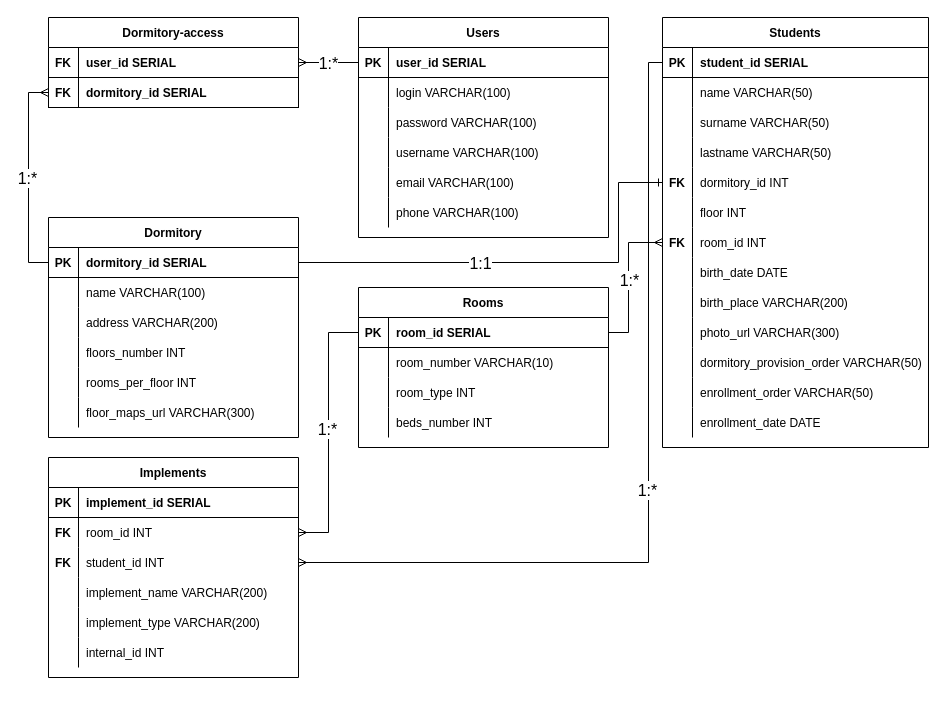
Earlier version of the draw.io diagram Dormitory_erd.drawio (vedrent/dormitory-tracker). Source tidied: cells renumbered, new cells numbered last; positions are measured from the earlier drawing's top-left corner, leaving out a move shared by most shapes. Both pictures are drawn from the tidied source at 100%, with x=0, y=0 at pixel (48, 17).
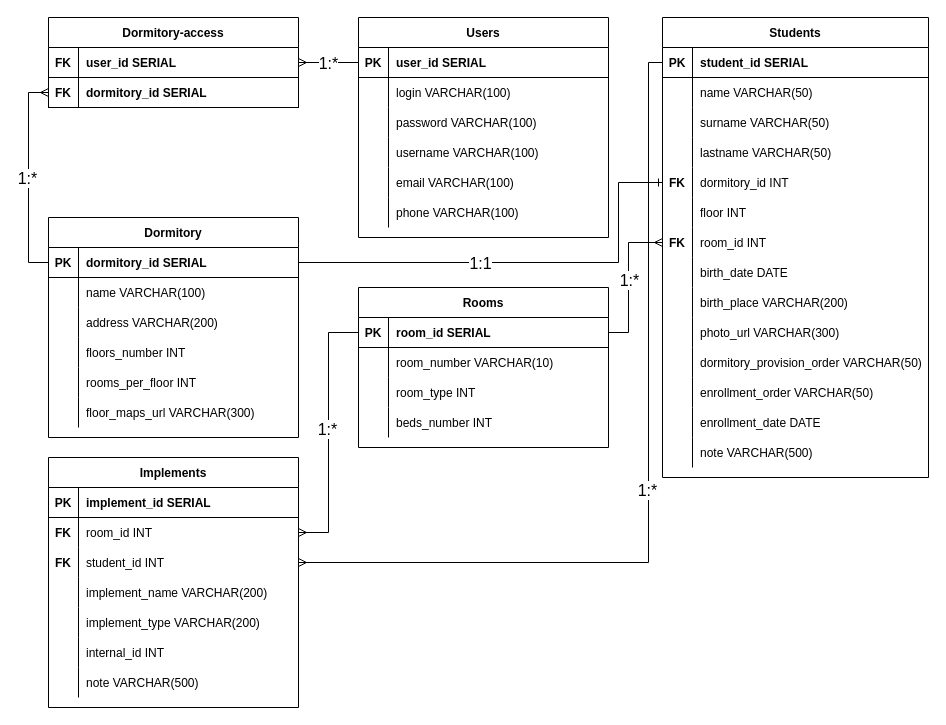
The same page after the edit.

The edit, as a diff of the source:
```diff
@@
     <mxCell id="2" value="Students" style="shape=table;startSize=30;childLayout=tableLayout;rowLines=0;fontStyle=1;align=center;" parent="1" vertex="1">
-      <mxGeometry x="614" width="266" height="430" as="geometry" />
+      <mxGeometry x="614" width="266" height="460" as="geometry" />
     </mxCell>
@@
+    <mxCell id="131" style="shape=partialRectangle;fillColor=none;top=0;left=0;right=0;bottom=0;" parent="2" vertex="1">
+      <mxGeometry y="420" width="266" height="30" as="geometry" />
+    </mxCell>
+    <mxCell id="132" style="shape=partialRectangle;overflow=hidden;fillColor=none;top=0;left=0;bottom=0;right=0;" parent="131" vertex="1">
+      <mxGeometry width="30" height="30" as="geometry" />
+    </mxCell>
+    <mxCell id="133" value="note VARCHAR(500)" style="shape=partialRectangle;overflow=hidden;fillColor=none;top=0;left=0;bottom=0;right=0;align=left;spacingLeft=6;" parent="131" vertex="1">
+      <mxGeometry x="30" width="236" height="30" as="geometry" />
+    </mxCell>
@@
     <mxCell id="108" value="Implements" style="shape=table;startSize=30;childLayout=tableLayout;rowLines=0;fontStyle=1;align=center;" parent="1" vertex="1">
-      <mxGeometry y="440" width="250" height="220" as="geometry" />
+      <mxGeometry y="440" width="250" height="250" as="geometry" />
     </mxCell>
@@
+    <mxCell id="134" style="shape=partialRectangle;fillColor=none;top=0;left=0;right=0;bottom=0;" parent="108" vertex="1">
+      <mxGeometry y="210" width="250" height="30" as="geometry" />
+    </mxCell>
+    <mxCell id="135" style="shape=partialRectangle;overflow=hidden;fillColor=none;top=0;left=0;bottom=0;right=0;" parent="134" vertex="1">
+      <mxGeometry width="30" height="30" as="geometry" />
+    </mxCell>
+    <mxCell id="136" value="note VARCHAR(500)" style="shape=partialRectangle;overflow=hidden;fillColor=none;top=0;left=0;bottom=0;right=0;align=left;spacingLeft=6;" parent="134" vertex="1">
+      <mxGeometry x="30" width="220" height="30" as="geometry" />
+    </mxCell>
```
